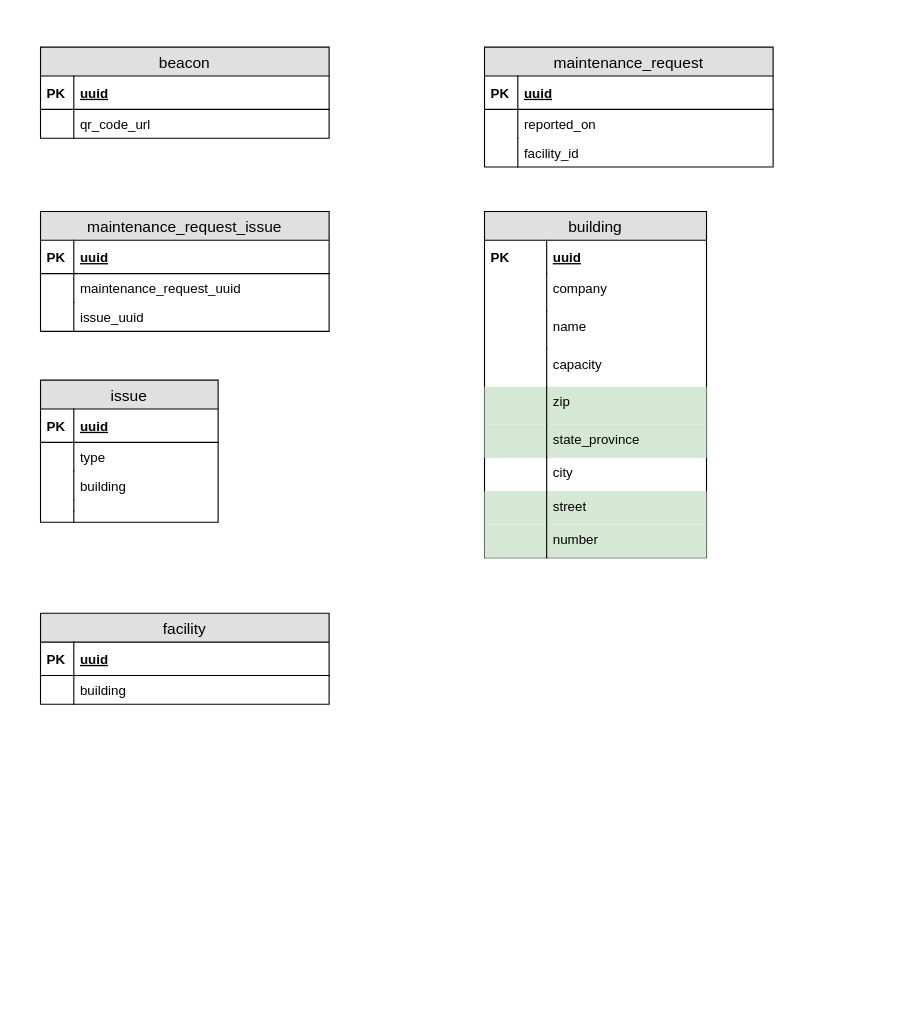
MaslovD/project-zebra-diagrams keeps this draw.io diagram as housekeeper-service-erd.drawio. Above is the earlier version. Source tidied: cells renumbered, new cells numbered last; positions are measured from the earlier drawing's top-left corner, leaving out a move shared by most shapes. Both pictures are drawn from the tidied source at 111%, with x=0, y=0 at pixel (40, 47).
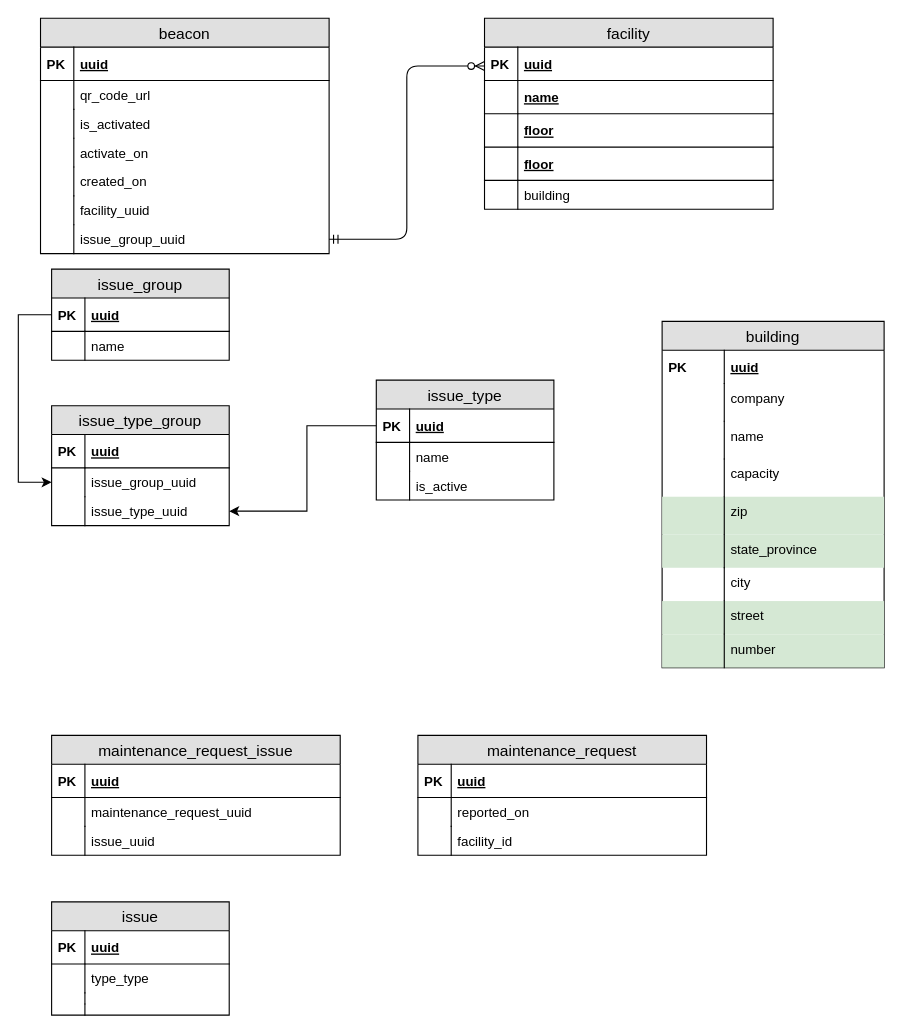
After the change.

The edit, as a diff of the source:
```diff
@@
     <mxCell id="2" value="building" style="swimlane;fontStyle=0;horizontal=1;startSize=26;fillColor=#e0e0e0;swimlaneFillColor=#ffffff;align=center;fontSize=14;" parent="1" vertex="1">
-      <mxGeometry x="400" y="148" width="200" height="312" as="geometry" />
+      <mxGeometry x="560" y="247" width="200" height="312" as="geometry" />
     </mxCell>
@@
     <mxCell id="21" value="issue" style="swimlane;fontStyle=0;horizontal=1;startSize=26;fillColor=#e0e0e0;swimlaneFillColor=#ffffff;align=center;fontSize=14;" parent="1" vertex="1">
-      <mxGeometry y="300" width="160" height="128" as="geometry" />
+      <mxGeometry x="10" y="770" width="160" height="102" as="geometry" />
     </mxCell>
@@
-    <mxCell id="24" value="type" style="shape=partialRectangle;top=0;left=0;right=0;bottom=0;align=left;verticalAlign=top;fillColor=none;spacingLeft=34;spacingRight=4;overflow=hidden;fontSize=12;" parent="21" vertex="1">
+    <mxCell id="24" value="type_type" style="shape=partialRectangle;top=0;left=0;right=0;bottom=0;align=left;verticalAlign=top;fillColor=none;spacingLeft=34;spacingRight=4;overflow=hidden;fontSize=12;" parent="21" vertex="1">
       <mxGeometry y="56" width="160" height="26" as="geometry" />
     </mxCell>
@@
-    <mxCell id="26" value="building" style="shape=partialRectangle;top=0;left=0;right=0;bottom=0;align=left;verticalAlign=top;fillColor=none;spacingLeft=34;spacingRight=4;overflow=hidden;fontSize=12;" parent="21" vertex="1">
-      <mxGeometry y="82" width="160" height="26" as="geometry" />
-    </mxCell>
-    <mxCell id="27" style="shape=partialRectangle;top=0;left=0;bottom=0;fillColor=none;align=left;verticalAlign=top;spacingLeft=4;spacingRight=4;overflow=hidden;fontSize=12;" parent="26" vertex="1">
-      <mxGeometry width="30" height="26" as="geometry" />
-    </mxCell>
     <mxCell id="28" style="shape=partialRectangle;top=0;left=0;right=0;bottom=0;align=left;verticalAlign=top;fillColor=none;spacingLeft=34;spacingRight=4;overflow=hidden;fontSize=12;" parent="21" vertex="1">
-      <mxGeometry y="108" width="160" height="10" as="geometry" />
+      <mxGeometry y="82" width="160" height="10" as="geometry" />
     </mxCell>
@@
     <mxCell id="30" style="shape=partialRectangle;top=0;left=0;right=0;bottom=0;align=left;verticalAlign=top;fillColor=none;spacingLeft=34;spacingRight=4;overflow=hidden;fontSize=12;" parent="21" vertex="1">
-      <mxGeometry y="118" width="160" height="10" as="geometry" />
+      <mxGeometry y="92" width="160" height="10" as="geometry" />
     </mxCell>
@@
     <mxCell id="32" value="maintenance_request" style="swimlane;fontStyle=0;horizontal=1;startSize=26;fillColor=#e0e0e0;swimlaneFillColor=#ffffff;align=center;fontSize=14;" parent="1" vertex="1">
-      <mxGeometry x="400" width="260" height="108" as="geometry" />
+      <mxGeometry x="340" y="620" width="260" height="108" as="geometry" />
     </mxCell>
@@
     <mxCell id="39" value="maintenance_request_issue" style="swimlane;fontStyle=0;horizontal=1;startSize=26;fillColor=#e0e0e0;swimlaneFillColor=#ffffff;align=center;fontSize=14;" parent="1" vertex="1">
-      <mxGeometry y="148" width="260" height="108" as="geometry" />
+      <mxGeometry x="10" y="620" width="260" height="108" as="geometry" />
     </mxCell>
@@
     <mxCell id="46" value="facility" style="swimlane;fontStyle=0;horizontal=1;startSize=26;fillColor=#e0e0e0;swimlaneFillColor=#ffffff;align=center;fontSize=14;" parent="1" vertex="1">
-      <mxGeometry y="510" width="260" height="82" as="geometry" />
+      <mxGeometry x="400" y="-26" width="260" height="172" as="geometry" />
     </mxCell>
@@
+    <mxCell id="56" value="name" style="shape=partialRectangle;top=0;left=0;right=0;bottom=1;align=left;verticalAlign=middle;fillColor=none;spacingLeft=34;spacingRight=4;overflow=hidden;fontStyle=5;fontSize=12;" parent="46" vertex="1">
+      <mxGeometry y="56" width="260" height="30" as="geometry" />
+    </mxCell>
+    <mxCell id="57" style="shape=partialRectangle;top=0;left=0;bottom=0;fillColor=none;align=left;verticalAlign=middle;spacingLeft=4;spacingRight=4;overflow=hidden;fontSize=12;fontStyle=1;" parent="56" vertex="1">
+      <mxGeometry width="30" height="30" as="geometry" />
+    </mxCell>
+    <mxCell id="58" value="floor" style="shape=partialRectangle;top=0;left=0;right=0;bottom=1;align=left;verticalAlign=middle;fillColor=none;spacingLeft=34;spacingRight=4;overflow=hidden;fontStyle=5;fontSize=12;" parent="46" vertex="1">
+      <mxGeometry y="86" width="260" height="30" as="geometry" />
+    </mxCell>
+    <mxCell id="59" style="shape=partialRectangle;top=0;left=0;bottom=0;fillColor=none;align=left;verticalAlign=middle;spacingLeft=4;spacingRight=4;overflow=hidden;fontSize=12;fontStyle=1;" parent="58" vertex="1">
+      <mxGeometry width="30" height="30" as="geometry" />
+    </mxCell>
+    <mxCell id="60" value="floor" style="shape=partialRectangle;top=0;left=0;right=0;bottom=1;align=left;verticalAlign=middle;fillColor=none;spacingLeft=34;spacingRight=4;overflow=hidden;fontStyle=5;fontSize=12;" parent="46" vertex="1">
+      <mxGeometry y="116" width="260" height="30" as="geometry" />
+    </mxCell>
+    <mxCell id="61" style="shape=partialRectangle;top=0;left=0;bottom=0;fillColor=none;align=left;verticalAlign=middle;spacingLeft=4;spacingRight=4;overflow=hidden;fontSize=12;fontStyle=1;" parent="60" vertex="1">
+      <mxGeometry width="30" height="30" as="geometry" />
+    </mxCell>
     <mxCell id="49" value="building" style="shape=partialRectangle;top=0;left=0;right=0;bottom=0;align=left;verticalAlign=top;fillColor=none;spacingLeft=34;spacingRight=4;overflow=hidden;fontSize=12;" parent="46" vertex="1">
-      <mxGeometry y="56" width="260" height="26" as="geometry" />
+      <mxGeometry y="146" width="260" height="26" as="geometry" />
     </mxCell>
@@
     <mxCell id="51" value="beacon" style="swimlane;fontStyle=0;horizontal=1;startSize=26;fillColor=#e0e0e0;swimlaneFillColor=#ffffff;align=center;fontSize=14;" parent="1" vertex="1">
-      <mxGeometry width="260" height="82" as="geometry" />
+      <mxGeometry y="-26" width="260" height="212" as="geometry" />
     </mxCell>
@@
+    <mxCell id="62" value="is_activated" style="shape=partialRectangle;top=0;left=0;right=0;bottom=0;align=left;verticalAlign=top;fillColor=none;spacingLeft=34;spacingRight=4;overflow=hidden;fontSize=12;" parent="51" vertex="1">
+      <mxGeometry y="82" width="260" height="26" as="geometry" />
+    </mxCell>
+    <mxCell id="63" style="shape=partialRectangle;top=0;left=0;bottom=0;fillColor=none;align=left;verticalAlign=top;spacingLeft=4;spacingRight=4;overflow=hidden;fontSize=12;" parent="62" vertex="1">
+      <mxGeometry width="30" height="26" as="geometry" />
+    </mxCell>
+    <mxCell id="64" value="activate_on" style="shape=partialRectangle;top=0;left=0;right=0;bottom=0;align=left;verticalAlign=top;fillColor=none;spacingLeft=34;spacingRight=4;overflow=hidden;fontSize=12;" parent="51" vertex="1">
+      <mxGeometry y="108" width="260" height="26" as="geometry" />
+    </mxCell>
+    <mxCell id="65" style="shape=partialRectangle;top=0;left=0;bottom=0;fillColor=none;align=left;verticalAlign=top;spacingLeft=4;spacingRight=4;overflow=hidden;fontSize=12;" parent="64" vertex="1">
+      <mxGeometry width="30" height="26" as="geometry" />
+    </mxCell>
+    <mxCell id="66" value="created_on" style="shape=partialRectangle;top=0;left=0;right=0;bottom=0;align=left;verticalAlign=top;fillColor=none;spacingLeft=34;spacingRight=4;overflow=hidden;fontSize=12;" parent="51" vertex="1">
+      <mxGeometry y="134" width="260" height="26" as="geometry" />
+    </mxCell>
+    <mxCell id="67" style="shape=partialRectangle;top=0;left=0;bottom=0;fillColor=none;align=left;verticalAlign=top;spacingLeft=4;spacingRight=4;overflow=hidden;fontSize=12;" parent="66" vertex="1">
+      <mxGeometry width="30" height="26" as="geometry" />
+    </mxCell>
+    <mxCell id="68" value="facility_uuid" style="shape=partialRectangle;top=0;left=0;right=0;bottom=0;align=left;verticalAlign=top;fillColor=none;spacingLeft=34;spacingRight=4;overflow=hidden;fontSize=12;" parent="51" vertex="1">
+      <mxGeometry y="160" width="260" height="26" as="geometry" />
+    </mxCell>
+    <mxCell id="69" style="shape=partialRectangle;top=0;left=0;bottom=0;fillColor=none;align=left;verticalAlign=top;spacingLeft=4;spacingRight=4;overflow=hidden;fontSize=12;" parent="68" vertex="1">
+      <mxGeometry width="30" height="26" as="geometry" />
+    </mxCell>
+    <mxCell id="70" value="issue_group_uuid" style="shape=partialRectangle;top=0;left=0;right=0;bottom=0;align=left;verticalAlign=top;fillColor=none;spacingLeft=34;spacingRight=4;overflow=hidden;points=[[0,0.5],[1,0.5]];portConstraint=eastwest;fontSize=12;" parent="51" vertex="1">
+      <mxGeometry y="186" width="260" height="26" as="geometry" />
+    </mxCell>
+    <mxCell id="71" style="shape=partialRectangle;top=0;left=0;bottom=0;fillColor=none;align=left;verticalAlign=top;spacingLeft=4;spacingRight=4;overflow=hidden;fontSize=12;" parent="70" vertex="1">
+      <mxGeometry width="30" height="26" as="geometry" />
+    </mxCell>
+    <mxCell id="72" value="issue_type" style="swimlane;fontStyle=0;horizontal=1;startSize=26;fillColor=#e0e0e0;swimlaneFillColor=#ffffff;align=center;fontSize=14;" parent="1" vertex="1">
+      <mxGeometry x="302.5" y="300" width="160" height="108" as="geometry" />
+    </mxCell>
+    <mxCell id="73" value="uuid" style="shape=partialRectangle;top=0;left=0;right=0;bottom=1;align=left;verticalAlign=middle;fillColor=none;spacingLeft=34;spacingRight=4;overflow=hidden;points=[[0,0.5],[1,0.5]];portConstraint=eastwest;fontStyle=5;fontSize=12;" parent="72" vertex="1">
+      <mxGeometry y="26" width="160" height="30" as="geometry" />
+    </mxCell>
+    <mxCell id="74" value="PK" style="shape=partialRectangle;top=0;left=0;bottom=0;fillColor=none;align=left;verticalAlign=middle;spacingLeft=4;spacingRight=4;overflow=hidden;fontSize=12;fontStyle=1;" parent="73" vertex="1">
+      <mxGeometry width="30" height="30" as="geometry" />
+    </mxCell>
+    <mxCell id="75" value="name" style="shape=partialRectangle;top=0;left=0;right=0;bottom=0;align=left;verticalAlign=top;fillColor=none;spacingLeft=34;spacingRight=4;overflow=hidden;fontSize=12;" parent="72" vertex="1">
+      <mxGeometry y="56" width="160" height="26" as="geometry" />
+    </mxCell>
+    <mxCell id="76" style="shape=partialRectangle;top=0;left=0;bottom=0;fillColor=none;align=left;verticalAlign=top;spacingLeft=4;spacingRight=4;overflow=hidden;fontSize=12;" parent="75" vertex="1">
+      <mxGeometry width="30" height="26" as="geometry" />
+    </mxCell>
+    <mxCell id="77" value="is_active" style="shape=partialRectangle;top=0;left=0;right=0;bottom=0;align=left;verticalAlign=top;fillColor=none;spacingLeft=34;spacingRight=4;overflow=hidden;fontSize=12;" parent="72" vertex="1">
+      <mxGeometry y="82" width="160" height="26" as="geometry" />
+    </mxCell>
+    <mxCell id="78" style="shape=partialRectangle;top=0;left=0;bottom=0;fillColor=none;align=left;verticalAlign=top;spacingLeft=4;spacingRight=4;overflow=hidden;fontSize=12;" parent="77" vertex="1">
+      <mxGeometry width="30" height="26" as="geometry" />
+    </mxCell>
+    <mxCell id="79" value="issue_group" style="swimlane;fontStyle=0;horizontal=1;startSize=26;fillColor=#e0e0e0;swimlaneFillColor=#ffffff;align=center;fontSize=14;" parent="1" vertex="1">
+      <mxGeometry x="10" y="200" width="160" height="82" as="geometry" />
+    </mxCell>
+    <mxCell id="80" value="uuid" style="shape=partialRectangle;top=0;left=0;right=0;bottom=1;align=left;verticalAlign=middle;fillColor=none;spacingLeft=34;spacingRight=4;overflow=hidden;points=[[0,0.5],[1,0.5]];portConstraint=eastwest;fontStyle=5;fontSize=12;" parent="79" vertex="1">
+      <mxGeometry y="26" width="160" height="30" as="geometry" />
+    </mxCell>
+    <mxCell id="81" value="PK" style="shape=partialRectangle;top=0;left=0;bottom=0;fillColor=none;align=left;verticalAlign=middle;spacingLeft=4;spacingRight=4;overflow=hidden;fontSize=12;fontStyle=1;" parent="80" vertex="1">
+      <mxGeometry width="30" height="30" as="geometry" />
+    </mxCell>
+    <mxCell id="82" value="name" style="shape=partialRectangle;top=0;left=0;right=0;bottom=0;align=left;verticalAlign=top;fillColor=none;spacingLeft=34;spacingRight=4;overflow=hidden;fontSize=12;" parent="79" vertex="1">
+      <mxGeometry y="56" width="160" height="26" as="geometry" />
+    </mxCell>
+    <mxCell id="83" style="shape=partialRectangle;top=0;left=0;bottom=0;fillColor=none;align=left;verticalAlign=top;spacingLeft=4;spacingRight=4;overflow=hidden;fontSize=12;" parent="82" vertex="1">
+      <mxGeometry width="30" height="26" as="geometry" />
+    </mxCell>
+    <mxCell id="84" value="issue_type_group" style="swimlane;fontStyle=0;horizontal=1;startSize=26;fillColor=#e0e0e0;swimlaneFillColor=#ffffff;align=center;fontSize=14;" parent="1" vertex="1">
+      <mxGeometry x="10" y="323" width="160" height="108" as="geometry" />
+    </mxCell>
+    <mxCell id="85" value="uuid" style="shape=partialRectangle;top=0;left=0;right=0;bottom=1;align=left;verticalAlign=middle;fillColor=none;spacingLeft=34;spacingRight=4;overflow=hidden;fontStyle=5;fontSize=12;" parent="84" vertex="1">
+      <mxGeometry y="26" width="160" height="30" as="geometry" />
+    </mxCell>
+    <mxCell id="86" value="PK" style="shape=partialRectangle;top=0;left=0;bottom=0;fillColor=none;align=left;verticalAlign=middle;spacingLeft=4;spacingRight=4;overflow=hidden;fontSize=12;fontStyle=1;" parent="85" vertex="1">
+      <mxGeometry width="30" height="30" as="geometry" />
+    </mxCell>
+    <mxCell id="87" value="issue_group_uuid" style="shape=partialRectangle;top=0;left=0;right=0;bottom=0;align=left;verticalAlign=top;fillColor=none;spacingLeft=34;spacingRight=4;overflow=hidden;points=[[0,0.5],[1,0.5]];portConstraint=eastwest;fontSize=12;" parent="84" vertex="1">
+      <mxGeometry y="56" width="160" height="26" as="geometry" />
+    </mxCell>
+    <mxCell id="88" style="shape=partialRectangle;top=0;left=0;bottom=0;fillColor=none;align=left;verticalAlign=top;spacingLeft=4;spacingRight=4;overflow=hidden;fontSize=12;" parent="87" vertex="1">
+      <mxGeometry width="30" height="26" as="geometry" />
+    </mxCell>
+    <mxCell id="89" value="issue_type_uuid" style="shape=partialRectangle;top=0;left=0;right=0;bottom=0;align=left;verticalAlign=top;fillColor=none;spacingLeft=34;spacingRight=4;overflow=hidden;points=[[0,0.5],[1,0.5]];portConstraint=eastwest;fontSize=12;" parent="84" vertex="1">
+      <mxGeometry y="82" width="160" height="26" as="geometry" />
+    </mxCell>
+    <mxCell id="90" style="shape=partialRectangle;top=0;left=0;bottom=0;fillColor=none;align=left;verticalAlign=top;spacingLeft=4;spacingRight=4;overflow=hidden;fontSize=12;" parent="89" vertex="1">
+      <mxGeometry width="30" height="26" as="geometry" />
+    </mxCell>
+    <mxCell id="91" style="edgeStyle=orthogonalEdgeStyle;rounded=0;jettySize=auto;html=1;entryX=0;entryY=0.5;entryDx=0;entryDy=0;" parent="1" edge="1" source="80" target="87">
+      <mxGeometry relative="1" as="geometry">
+        <Array as="points">
+          <mxPoint x="-20" y="241" />
+          <mxPoint x="-20" y="392" />
+        </Array>
+      </mxGeometry>
+    </mxCell>
+    <mxCell id="92" style="edgeStyle=orthogonalEdgeStyle;rounded=0;jettySize=auto;html=1;" parent="1" edge="1" source="73" target="89">
+      <mxGeometry relative="1" as="geometry">
+        <Array as="points">
+          <mxPoint x="240" y="341" />
+          <mxPoint x="240" y="418" />
+        </Array>
+      </mxGeometry>
+    </mxCell>
+    <mxCell id="93" style="edgeStyle=orthogonalEdgeStyle;fontSize=12;html=1;endArrow=ERzeroToMany;startArrow=ERmandOne;entryX=0;entryY=0.25;entryDx=0;entryDy=0;" parent="1" edge="1" source="70" target="46">
+      <mxGeometry relative="1" as="geometry" />
+    </mxCell>
```
